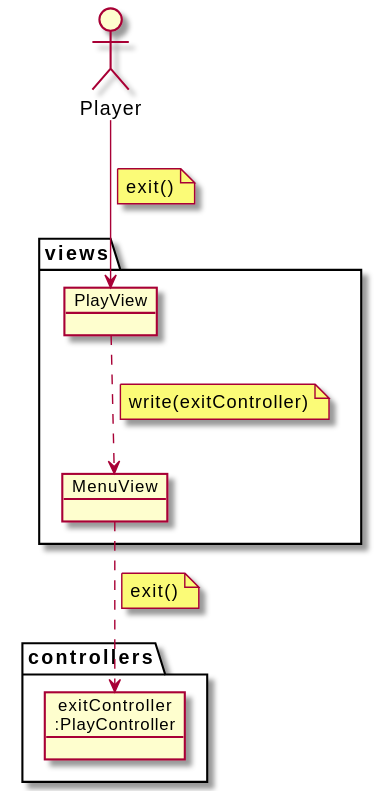
EscuelaIt/tictactoe-master-desarrollo-requirements keeps this PlantUML diagram as 6.Ficheros/docs/diagrams/out/Analisis/analisisExit/exit.svg. Above is the earlier version. Source of this version:
```plantuml
@startuml
allow_mixing

actor :Player: as Playerr

package controllers  {
    object "exitController\n:PlayController" as ExitController{

    }
 }


package views {

    object PlayView{

    }

    object MenuView {

    }
 }

Playerr --> PlayView
note on link
    exit()
end note
PlayView ..> MenuView
note on link
    write(exitController)
end note
MenuView ..> ExitController
note on link
    exit()
end note
@enduml
```
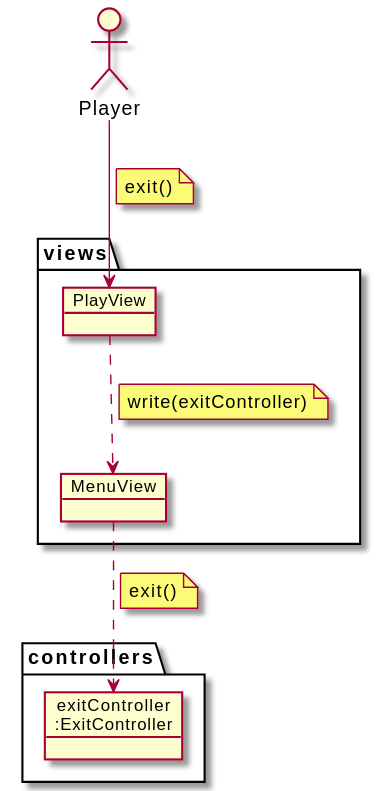
The same diagram one commit later.

The edit, as a diff of the source:
```diff
@@ -4,7 +4,7 @@
 actor :Player: as Playerr
 
 package controllers  {
-    object "exitController\n:PlayController" as ExitController{
+    object "exitController\n:ExitController" as ExitController{
 
     }
  }
```
